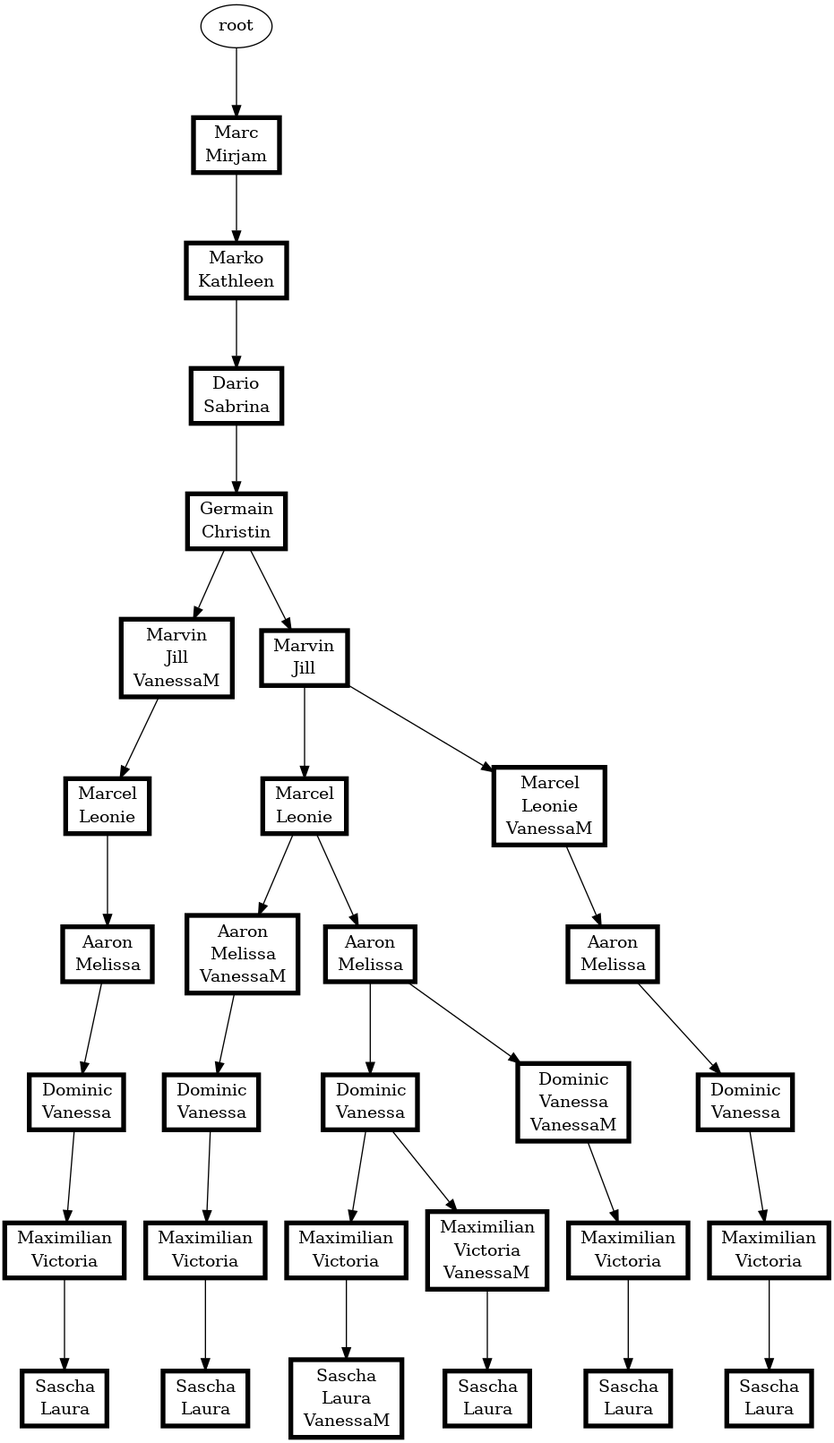
Above: s02/s02.png in atticus-sullivan/sim-ayto (Graphviz), before the change. Its source is kept beside it as s02/s02.dot.
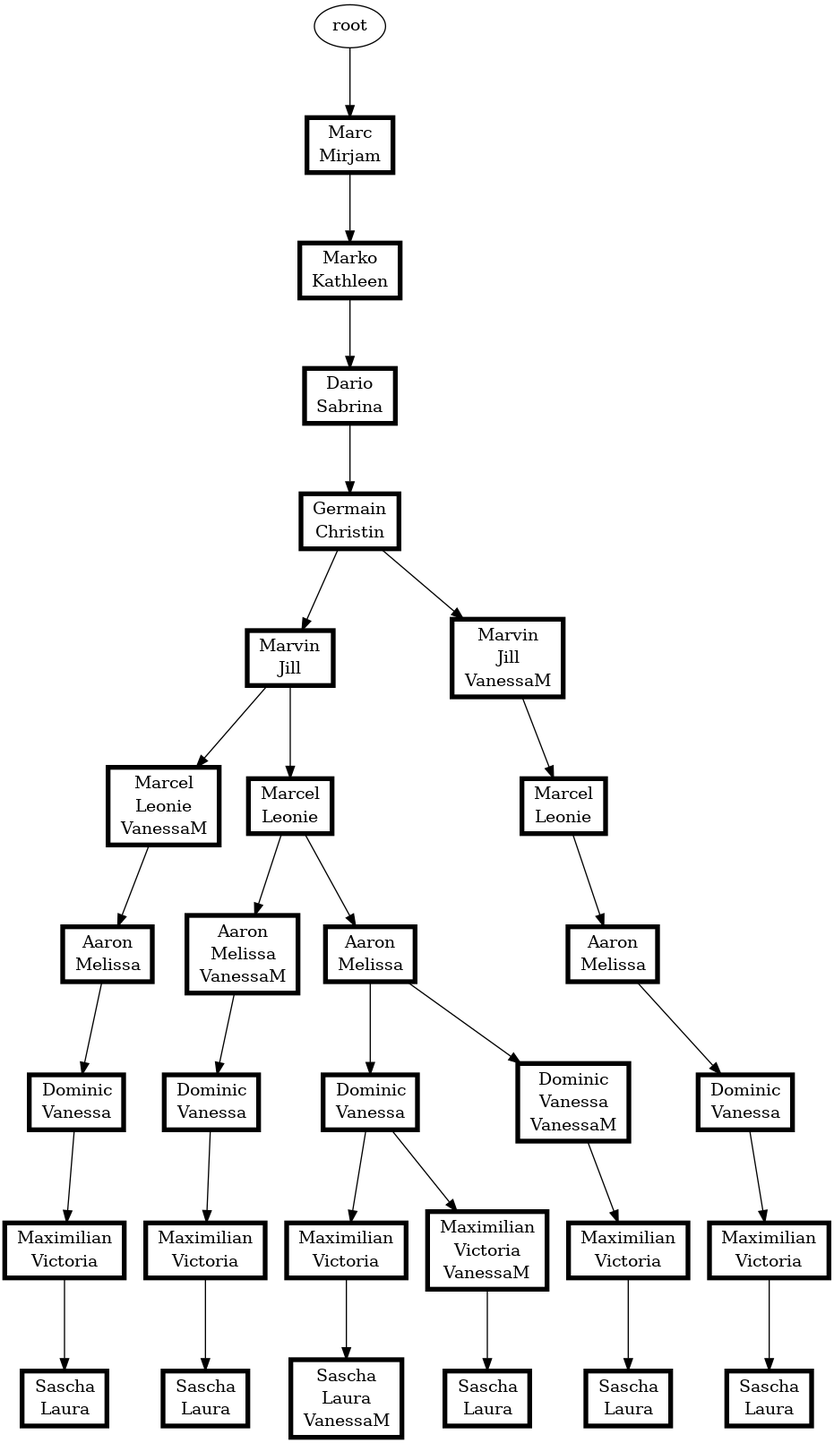
Later version of the same file.

The edit, as a diff of the source:
```diff
@@ -2,62 +2,62 @@
 ranksep=0.8;
 {"root|5|7|7|3|2|8"[shape="record" penwidth=4.0 color="black" label=<<table border="0" cellborder="0" cellspacing="0"><tr><td>Dario</td></tr><tr><td>Sabrina</td></tr></table>>]}
 "root|5|7|7|3" -> {"root|5|7|7|3|2|8"}
+{"root|5|7|7|3|2|8|4|1|8|2|6|5,11"[shape="record" penwidth=4.0 color="black" label=<<table border="0" cellborder="0" cellspacing="0"><tr><td>Marcel</td></tr><tr><td>Leonie</td></tr><tr><td>VanessaM</td></tr></table>>]}
+"root|5|7|7|3|2|8|4|1|8|2" -> {"root|5|7|7|3|2|8|4|1|8|2|6|5,11"}
+{"root|5|7|7|3|2|8|4|1|8|2|6|5|1|6,11"[shape="record" penwidth=4.0 color="black" label=<<table border="0" cellborder="0" cellspacing="0"><tr><td>Aaron</td></tr><tr><td>Melissa</td></tr><tr><td>VanessaM</td></tr></table>>]}
+"root|5|7|7|3|2|8|4|1|8|2|6|5" -> {"root|5|7|7|3|2|8|4|1|8|2|6|5|1|6,11"}
+{"root|5|7|7|3|2|8|4|1|8|2,11|6|5|1|6"[shape="record" penwidth=4.0 color="black" label=<<table border="0" cellborder="0" cellspacing="0"><tr><td>Aaron</td></tr><tr><td>Melissa</td></tr></table>>]}
+"root|5|7|7|3|2|8|4|1|8|2,11|6|5" -> {"root|5|7|7|3|2|8|4|1|8|2,11|6|5|1|6"}
+{"root|5|7|7|3|2|8|4|1|8|2|6|5|1|6,11|3|9|9|10|10|4"[shape="record" penwidth=4.0 color="black" label=<<table border="0" cellborder="0" cellspacing="0"><tr><td>Sascha</td></tr><tr><td>Laura</td></tr></table>>]}
+"root|5|7|7|3|2|8|4|1|8|2|6|5|1|6,11|3|9|9|10" -> {"root|5|7|7|3|2|8|4|1|8|2|6|5|1|6,11|3|9|9|10|10|4"}
+{"root|5|7"[shape="record" penwidth=4.0 color="black" label=<<table border="0" cellborder="0" cellspacing="0"><tr><td>Marc</td></tr><tr><td>Mirjam</td></tr></table>>]}
+"root" -> {"root|5|7"}
+{"root|5|7|7|3|2|8|4|1|8|2|6|5|1|6|3|9|9|10|10|4,11"[shape="record" penwidth=4.0 color="black" label=<<table border="0" cellborder="0" cellspacing="0"><tr><td>Sascha</td></tr><tr><td>Laura</td></tr><tr><td>VanessaM</td></tr></table>>]}
+"root|5|7|7|3|2|8|4|1|8|2|6|5|1|6|3|9|9|10" -> {"root|5|7|7|3|2|8|4|1|8|2|6|5|1|6|3|9|9|10|10|4,11"}
+{"root|5|7|7|3|2|8|4|1|8|2|6|5|1|6|3|9|9|10,11|10|4"[shape="record" penwidth=4.0 color="black" label=<<table border="0" cellborder="0" cellspacing="0"><tr><td>Sascha</td></tr><tr><td>Laura</td></tr></table>>]}
+"root|5|7|7|3|2|8|4|1|8|2|6|5|1|6|3|9|9|10,11" -> {"root|5|7|7|3|2|8|4|1|8|2|6|5|1|6|3|9|9|10,11|10|4"}
+{"root|5|7|7|3|2|8|4|1|8|2|6|5,11|1|6|3|9|9|10"[shape="record" penwidth=4.0 color="black" label=<<table border="0" cellborder="0" cellspacing="0"><tr><td>Maximilian</td></tr><tr><td>Victoria</td></tr></table>>]}
+"root|5|7|7|3|2|8|4|1|8|2|6|5,11|1|6|3|9" -> {"root|5|7|7|3|2|8|4|1|8|2|6|5,11|1|6|3|9|9|10"}
+{"root|5|7|7|3|2|8|4|1|8|2|6|5,11|1|6"[shape="record" penwidth=4.0 color="black" label=<<table border="0" cellborder="0" cellspacing="0"><tr><td>Aaron</td></tr><tr><td>Melissa</td></tr></table>>]}
+"root|5|7|7|3|2|8|4|1|8|2|6|5,11" -> {"root|5|7|7|3|2|8|4|1|8|2|6|5,11|1|6"}
+{"root|5|7|7|3|2|8|4|1|8|2,11|6|5|1|6|3|9|9|10"[shape="record" penwidth=4.0 color="black" label=<<table border="0" cellborder="0" cellspacing="0"><tr><td>Maximilian</td></tr><tr><td>Victoria</td></tr></table>>]}
+"root|5|7|7|3|2|8|4|1|8|2,11|6|5|1|6|3|9" -> {"root|5|7|7|3|2|8|4|1|8|2,11|6|5|1|6|3|9|9|10"}
+{"root|5|7|7|3|2|8|4|1|8|2|6|5|1|6|3|9|9|10"[shape="record" penwidth=4.0 color="black" label=<<table border="0" cellborder="0" cellspacing="0"><tr><td>Maximilian</td></tr><tr><td>Victoria</td></tr></table>>]}
+"root|5|7|7|3|2|8|4|1|8|2|6|5|1|6|3|9" -> {"root|5|7|7|3|2|8|4|1|8|2|6|5|1|6|3|9|9|10"}
+{"root|5|7|7|3|2|8|4|1|8|2|6|5|1|6|3|9|9|10,11"[shape="record" penwidth=4.0 color="black" label=<<table border="0" cellborder="0" cellspacing="0"><tr><td>Maximilian</td></tr><tr><td>Victoria</td></tr><tr><td>VanessaM</td></tr></table>>]}
+"root|5|7|7|3|2|8|4|1|8|2|6|5|1|6|3|9" -> {"root|5|7|7|3|2|8|4|1|8|2|6|5|1|6|3|9|9|10,11"}
+{"root|5|7|7|3|2|8|4|1|8|2|6|5|1|6|3|9"[shape="record" penwidth=4.0 color="black" label=<<table border="0" cellborder="0" cellspacing="0"><tr><td>Dominic</td></tr><tr><td>Vanessa</td></tr></table>>]}
+"root|5|7|7|3|2|8|4|1|8|2|6|5|1|6" -> {"root|5|7|7|3|2|8|4|1|8|2|6|5|1|6|3|9"}
+{"root|5|7|7|3|2|8|4|1|8|2,11|6|5|1|6|3|9|9|10|10|4"[shape="record" penwidth=4.0 color="black" label=<<table border="0" cellborder="0" cellspacing="0"><tr><td>Sascha</td></tr><tr><td>Laura</td></tr></table>>]}
+"root|5|7|7|3|2|8|4|1|8|2,11|6|5|1|6|3|9|9|10" -> {"root|5|7|7|3|2|8|4|1|8|2,11|6|5|1|6|3|9|9|10|10|4"}
+{"root|5|7|7|3|2|8|4|1"[shape="record" penwidth=4.0 color="black" label=<<table border="0" cellborder="0" cellspacing="0"><tr><td>Germain</td></tr><tr><td>Christin</td></tr></table>>]}
+"root|5|7|7|3|2|8" -> {"root|5|7|7|3|2|8|4|1"}
+{"root|5|7|7|3"[shape="record" penwidth=4.0 color="black" label=<<table border="0" cellborder="0" cellspacing="0"><tr><td>Marko</td></tr><tr><td>Kathleen</td></tr></table>>]}
+"root|5|7" -> {"root|5|7|7|3"}
+{"root|5|7|7|3|2|8|4|1|8|2,11|6|5|1|6|3|9"[shape="record" penwidth=4.0 color="black" label=<<table border="0" cellborder="0" cellspacing="0"><tr><td>Dominic</td></tr><tr><td>Vanessa</td></tr></table>>]}
+"root|5|7|7|3|2|8|4|1|8|2,11|6|5|1|6" -> {"root|5|7|7|3|2|8|4|1|8|2,11|6|5|1|6|3|9"}
+{"root|5|7|7|3|2|8|4|1|8|2,11|6|5"[shape="record" penwidth=4.0 color="black" label=<<table border="0" cellborder="0" cellspacing="0"><tr><td>Marcel</td></tr><tr><td>Leonie</td></tr></table>>]}
+"root|5|7|7|3|2|8|4|1|8|2,11" -> {"root|5|7|7|3|2|8|4|1|8|2,11|6|5"}
+{"root|5|7|7|3|2|8|4|1|8|2,11"[shape="record" penwidth=4.0 color="black" label=<<table border="0" cellborder="0" cellspacing="0"><tr><td>Marvin</td></tr><tr><td>Jill</td></tr><tr><td>VanessaM</td></tr></table>>]}
+"root|5|7|7|3|2|8|4|1" -> {"root|5|7|7|3|2|8|4|1|8|2,11"}
+{"root|5|7|7|3|2|8|4|1|8|2|6|5|1|6|3|9,11|9|10|10|4"[shape="record" penwidth=4.0 color="black" label=<<table border="0" cellborder="0" cellspacing="0"><tr><td>Sascha</td></tr><tr><td>Laura</td></tr></table>>]}
+"root|5|7|7|3|2|8|4|1|8|2|6|5|1|6|3|9,11|9|10" -> {"root|5|7|7|3|2|8|4|1|8|2|6|5|1|6|3|9,11|9|10|10|4"}
+{"root|5|7|7|3|2|8|4|1|8|2|6|5"[shape="record" penwidth=4.0 color="black" label=<<table border="0" cellborder="0" cellspacing="0"><tr><td>Marcel</td></tr><tr><td>Leonie</td></tr></table>>]}
+"root|5|7|7|3|2|8|4|1|8|2" -> {"root|5|7|7|3|2|8|4|1|8|2|6|5"}
 {"root|5|7|7|3|2|8|4|1|8|2|6|5|1|6,11|3|9|9|10"[shape="record" penwidth=4.0 color="black" label=<<table border="0" cellborder="0" cellspacing="0"><tr><td>Maximilian</td></tr><tr><td>Victoria</td></tr></table>>]}
 "root|5|7|7|3|2|8|4|1|8|2|6|5|1|6,11|3|9" -> {"root|5|7|7|3|2|8|4|1|8|2|6|5|1|6,11|3|9|9|10"}
-{"root|5|7|7|3"[shape="record" penwidth=4.0 color="black" label=<<table border="0" cellborder="0" cellspacing="0"><tr><td>Marko</td></tr><tr><td>Kathleen</td></tr></table>>]}
-"root|5|7" -> {"root|5|7|7|3"}
+{"root|5|7|7|3|2|8|4|1|8|2|6|5|1|6|3|9,11|9|10"[shape="record" penwidth=4.0 color="black" label=<<table border="0" cellborder="0" cellspacing="0"><tr><td>Maximilian</td></tr><tr><td>Victoria</td></tr></table>>]}
+"root|5|7|7|3|2|8|4|1|8|2|6|5|1|6|3|9,11" -> {"root|5|7|7|3|2|8|4|1|8|2|6|5|1|6|3|9,11|9|10"}
+{"root|5|7|7|3|2|8|4|1|8|2|6|5|1|6|3|9,11"[shape="record" penwidth=4.0 color="black" label=<<table border="0" cellborder="0" cellspacing="0"><tr><td>Dominic</td></tr><tr><td>Vanessa</td></tr><tr><td>VanessaM</td></tr></table>>]}
+"root|5|7|7|3|2|8|4|1|8|2|6|5|1|6" -> {"root|5|7|7|3|2|8|4|1|8|2|6|5|1|6|3|9,11"}
+{"root|5|7|7|3|2|8|4|1|8|2"[shape="record" penwidth=4.0 color="black" label=<<table border="0" cellborder="0" cellspacing="0"><tr><td>Marvin</td></tr><tr><td>Jill</td></tr></table>>]}
+"root|5|7|7|3|2|8|4|1" -> {"root|5|7|7|3|2|8|4|1|8|2"}
 {"root|5|7|7|3|2|8|4|1|8|2|6|5|1|6,11|3|9"[shape="record" penwidth=4.0 color="black" label=<<table border="0" cellborder="0" cellspacing="0"><tr><td>Dominic</td></tr><tr><td>Vanessa</td></tr></table>>]}
 "root|5|7|7|3|2|8|4|1|8|2|6|5|1|6,11" -> {"root|5|7|7|3|2|8|4|1|8|2|6|5|1|6,11|3|9"}
-{"root|5|7"[shape="record" penwidth=4.0 color="black" label=<<table border="0" cellborder="0" cellspacing="0"><tr><td>Marc</td></tr><tr><td>Mirjam</td></tr></table>>]}
-"root" -> {"root|5|7"}
-{"root|5|7|7|3|2|8|4|1|8|2|6|5|1|6,11"[shape="record" penwidth=4.0 color="black" label=<<table border="0" cellborder="0" cellspacing="0"><tr><td>Aaron</td></tr><tr><td>Melissa</td></tr><tr><td>VanessaM</td></tr></table>>]}
-"root|5|7|7|3|2|8|4|1|8|2|6|5" -> {"root|5|7|7|3|2|8|4|1|8|2|6|5|1|6,11"}
-{"root|5|7|7|3|2|8|4|1|8|2,11|6|5|1|6|3|9|9|10"[shape="record" penwidth=4.0 color="black" label=<<table border="0" cellborder="0" cellspacing="0"><tr><td>Maximilian</td></tr><tr><td>Victoria</td></tr></table>>]}
-"root|5|7|7|3|2|8|4|1|8|2,11|6|5|1|6|3|9" -> {"root|5|7|7|3|2|8|4|1|8|2,11|6|5|1|6|3|9|9|10"}
-{"root|5|7|7|3|2|8|4|1|8|2|6|5|1|6|3|9"[shape="record" penwidth=4.0 color="black" label=<<table border="0" cellborder="0" cellspacing="0"><tr><td>Dominic</td></tr><tr><td>Vanessa</td></tr></table>>]}
-"root|5|7|7|3|2|8|4|1|8|2|6|5|1|6" -> {"root|5|7|7|3|2|8|4|1|8|2|6|5|1|6|3|9"}
-{"root|5|7|7|3|2|8|4|1|8|2|6|5|1|6|3|9|9|10"[shape="record" penwidth=4.0 color="black" label=<<table border="0" cellborder="0" cellspacing="0"><tr><td>Maximilian</td></tr><tr><td>Victoria</td></tr></table>>]}
-"root|5|7|7|3|2|8|4|1|8|2|6|5|1|6|3|9" -> {"root|5|7|7|3|2|8|4|1|8|2|6|5|1|6|3|9|9|10"}
-{"root|5|7|7|3|2|8|4|1|8|2|6|5|1|6|3|9|9|10|10|4,11"[shape="record" penwidth=4.0 color="black" label=<<table border="0" cellborder="0" cellspacing="0"><tr><td>Sascha</td></tr><tr><td>Laura</td></tr><tr><td>VanessaM</td></tr></table>>]}
-"root|5|7|7|3|2|8|4|1|8|2|6|5|1|6|3|9|9|10" -> {"root|5|7|7|3|2|8|4|1|8|2|6|5|1|6|3|9|9|10|10|4,11"}
-{"root|5|7|7|3|2|8|4|1|8|2|6|5|1|6|3|9,11|9|10|10|4"[shape="record" penwidth=4.0 color="black" label=<<table border="0" cellborder="0" cellspacing="0"><tr><td>Sascha</td></tr><tr><td>Laura</td></tr></table>>]}
-"root|5|7|7|3|2|8|4|1|8|2|6|5|1|6|3|9,11|9|10" -> {"root|5|7|7|3|2|8|4|1|8|2|6|5|1|6|3|9,11|9|10|10|4"}
-{"root|5|7|7|3|2|8|4|1|8|2|6|5|1|6|3|9|9|10,11"[shape="record" penwidth=4.0 color="black" label=<<table border="0" cellborder="0" cellspacing="0"><tr><td>Maximilian</td></tr><tr><td>Victoria</td></tr><tr><td>VanessaM</td></tr></table>>]}
-"root|5|7|7|3|2|8|4|1|8|2|6|5|1|6|3|9" -> {"root|5|7|7|3|2|8|4|1|8|2|6|5|1|6|3|9|9|10,11"}
-{"root|5|7|7|3|2|8|4|1|8|2|6|5|1|6|3|9,11|9|10"[shape="record" penwidth=4.0 color="black" label=<<table border="0" cellborder="0" cellspacing="0"><tr><td>Maximilian</td></tr><tr><td>Victoria</td></tr></table>>]}
-"root|5|7|7|3|2|8|4|1|8|2|6|5|1|6|3|9,11" -> {"root|5|7|7|3|2|8|4|1|8|2|6|5|1|6|3|9,11|9|10"}
-{"root|5|7|7|3|2|8|4|1|8|2|6|5|1|6|3|9|9|10,11|10|4"[shape="record" penwidth=4.0 color="black" label=<<table border="0" cellborder="0" cellspacing="0"><tr><td>Sascha</td></tr><tr><td>Laura</td></tr></table>>]}
-"root|5|7|7|3|2|8|4|1|8|2|6|5|1|6|3|9|9|10,11" -> {"root|5|7|7|3|2|8|4|1|8|2|6|5|1|6|3|9|9|10,11|10|4"}
-{"root|5|7|7|3|2|8|4|1"[shape="record" penwidth=4.0 color="black" label=<<table border="0" cellborder="0" cellspacing="0"><tr><td>Germain</td></tr><tr><td>Christin</td></tr></table>>]}
-"root|5|7|7|3|2|8" -> {"root|5|7|7|3|2|8|4|1"}
-{"root|5|7|7|3|2|8|4|1|8|2,11|6|5|1|6|3|9"[shape="record" penwidth=4.0 color="black" label=<<table border="0" cellborder="0" cellspacing="0"><tr><td>Dominic</td></tr><tr><td>Vanessa</td></tr></table>>]}
-"root|5|7|7|3|2|8|4|1|8|2,11|6|5|1|6" -> {"root|5|7|7|3|2|8|4|1|8|2,11|6|5|1|6|3|9"}
-{"root|5|7|7|3|2|8|4|1|8|2,11"[shape="record" penwidth=4.0 color="black" label=<<table border="0" cellborder="0" cellspacing="0"><tr><td>Marvin</td></tr><tr><td>Jill</td></tr><tr><td>VanessaM</td></tr></table>>]}
-"root|5|7|7|3|2|8|4|1" -> {"root|5|7|7|3|2|8|4|1|8|2,11"}
-{"root|5|7|7|3|2|8|4|1|8|2,11|6|5"[shape="record" penwidth=4.0 color="black" label=<<table border="0" cellborder="0" cellspacing="0"><tr><td>Marcel</td></tr><tr><td>Leonie</td></tr></table>>]}
-"root|5|7|7|3|2|8|4|1|8|2,11" -> {"root|5|7|7|3|2|8|4|1|8|2,11|6|5"}
-{"root|5|7|7|3|2|8|4|1|8|2|6|5,11|1|6"[shape="record" penwidth=4.0 color="black" label=<<table border="0" cellborder="0" cellspacing="0"><tr><td>Aaron</td></tr><tr><td>Melissa</td></tr></table>>]}
-"root|5|7|7|3|2|8|4|1|8|2|6|5,11" -> {"root|5|7|7|3|2|8|4|1|8|2|6|5,11|1|6"}
-{"root|5|7|7|3|2|8|4|1|8|2,11|6|5|1|6"[shape="record" penwidth=4.0 color="black" label=<<table border="0" cellborder="0" cellspacing="0"><tr><td>Aaron</td></tr><tr><td>Melissa</td></tr></table>>]}
-"root|5|7|7|3|2|8|4|1|8|2,11|6|5" -> {"root|5|7|7|3|2|8|4|1|8|2,11|6|5|1|6"}
-{"root|5|7|7|3|2|8|4|1|8|2"[shape="record" penwidth=4.0 color="black" label=<<table border="0" cellborder="0" cellspacing="0"><tr><td>Marvin</td></tr><tr><td>Jill</td></tr></table>>]}
-"root|5|7|7|3|2|8|4|1" -> {"root|5|7|7|3|2|8|4|1|8|2"}
 {"root|5|7|7|3|2|8|4|1|8|2|6|5,11|1|6|3|9"[shape="record" penwidth=4.0 color="black" label=<<table border="0" cellborder="0" cellspacing="0"><tr><td>Dominic</td></tr><tr><td>Vanessa</td></tr></table>>]}
 "root|5|7|7|3|2|8|4|1|8|2|6|5,11|1|6" -> {"root|5|7|7|3|2|8|4|1|8|2|6|5,11|1|6|3|9"}
-{"root|5|7|7|3|2|8|4|1|8|2|6|5"[shape="record" penwidth=4.0 color="black" label=<<table border="0" cellborder="0" cellspacing="0"><tr><td>Marcel</td></tr><tr><td>Leonie</td></tr></table>>]}
-"root|5|7|7|3|2|8|4|1|8|2" -> {"root|5|7|7|3|2|8|4|1|8|2|6|5"}
-{"root|5|7|7|3|2|8|4|1|8|2,11|6|5|1|6|3|9|9|10|10|4"[shape="record" penwidth=4.0 color="black" label=<<table border="0" cellborder="0" cellspacing="0"><tr><td>Sascha</td></tr><tr><td>Laura</td></tr></table>>]}
-"root|5|7|7|3|2|8|4|1|8|2,11|6|5|1|6|3|9|9|10" -> {"root|5|7|7|3|2|8|4|1|8|2,11|6|5|1|6|3|9|9|10|10|4"}
 {"root|5|7|7|3|2|8|4|1|8|2|6|5|1|6"[shape="record" penwidth=4.0 color="black" label=<<table border="0" cellborder="0" cellspacing="0"><tr><td>Aaron</td></tr><tr><td>Melissa</td></tr></table>>]}
 "root|5|7|7|3|2|8|4|1|8|2|6|5" -> {"root|5|7|7|3|2|8|4|1|8|2|6|5|1|6"}
 {"root|5|7|7|3|2|8|4|1|8|2|6|5,11|1|6|3|9|9|10|10|4"[shape="record" penwidth=4.0 color="black" label=<<table border="0" cellborder="0" cellspacing="0"><tr><td>Sascha</td></tr><tr><td>Laura</td></tr></table>>]}
 "root|5|7|7|3|2|8|4|1|8|2|6|5,11|1|6|3|9|9|10" -> {"root|5|7|7|3|2|8|4|1|8|2|6|5,11|1|6|3|9|9|10|10|4"}
-{"root|5|7|7|3|2|8|4|1|8|2|6|5|1|6,11|3|9|9|10|10|4"[shape="record" penwidth=4.0 color="black" label=<<table border="0" cellborder="0" cellspacing="0"><tr><td>Sascha</td></tr><tr><td>Laura</td></tr></table>>]}
-"root|5|7|7|3|2|8|4|1|8|2|6|5|1|6,11|3|9|9|10" -> {"root|5|7|7|3|2|8|4|1|8|2|6|5|1|6,11|3|9|9|10|10|4"}
-{"root|5|7|7|3|2|8|4|1|8|2|6|5,11"[shape="record" penwidth=4.0 color="black" label=<<table border="0" cellborder="0" cellspacing="0"><tr><td>Marcel</td></tr><tr><td>Leonie</td></tr><tr><td>VanessaM</td></tr></table>>]}
-"root|5|7|7|3|2|8|4|1|8|2" -> {"root|5|7|7|3|2|8|4|1|8|2|6|5,11"}
-{"root|5|7|7|3|2|8|4|1|8|2|6|5|1|6|3|9,11"[shape="record" penwidth=4.0 color="black" label=<<table border="0" cellborder="0" cellspacing="0"><tr><td>Dominic</td></tr><tr><td>Vanessa</td></tr><tr><td>VanessaM</td></tr></table>>]}
-"root|5|7|7|3|2|8|4|1|8|2|6|5|1|6" -> {"root|5|7|7|3|2|8|4|1|8|2|6|5|1|6|3|9,11"}
-{"root|5|7|7|3|2|8|4|1|8|2|6|5,11|1|6|3|9|9|10"[shape="record" penwidth=4.0 color="black" label=<<table border="0" cellborder="0" cellspacing="0"><tr><td>Maximilian</td></tr><tr><td>Victoria</td></tr></table>>]}
-"root|5|7|7|3|2|8|4|1|8|2|6|5,11|1|6|3|9" -> {"root|5|7|7|3|2|8|4|1|8|2|6|5,11|1|6|3|9|9|10"}
 }
```
